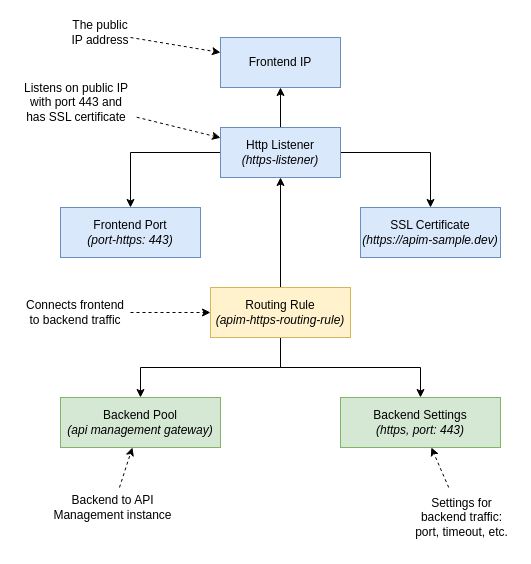
The draw.io diagram page "app-gateway-https-listener" (2 of 6) of static/images/apim-client-certificate-series/02-validate-client-certificate-in-apim-behind-agw/diagrams.drawio in ronaldbosma/blog, before the edit. Source tidied: cells renumbered, new cells numbered last; positions are measured from the earlier drawing's top-left corner, leaving out a move shared by most shapes. Both pictures are drawn from the tidied source at 100%, with x=0, y=0 at pixel (16, 17).
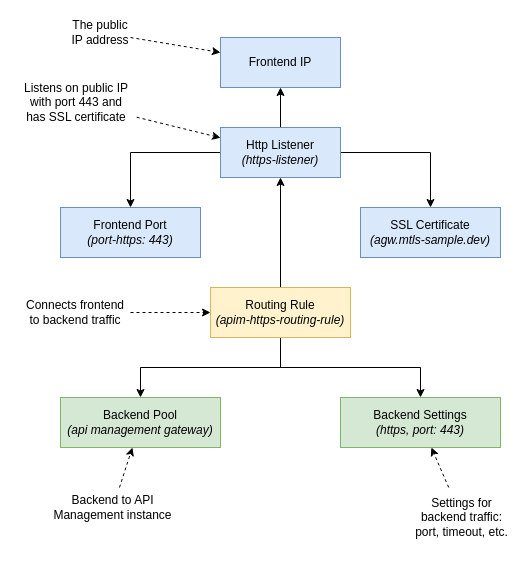
The same page after the edit.

Diff of the diagram source:
```diff
@@
-    <mxCell id="8" value="SSL Certificate&lt;br&gt;&lt;i&gt;(https://apim-sample.dev)&lt;/i&gt;" style="rounded=0;whiteSpace=wrap;html=1;fillColor=#dae8fc;strokeColor=#6c8ebf;" parent="1" vertex="1">
+    <mxCell id="8" value="SSL Certificate&lt;br&gt;&lt;i&gt;(agw.mtls-sample.dev)&lt;/i&gt;" style="rounded=0;whiteSpace=wrap;html=1;fillColor=#dae8fc;strokeColor=#6c8ebf;" parent="1" vertex="1">
       <mxGeometry x="344" y="190" width="140" height="50" as="geometry" />
     </mxCell>
```
